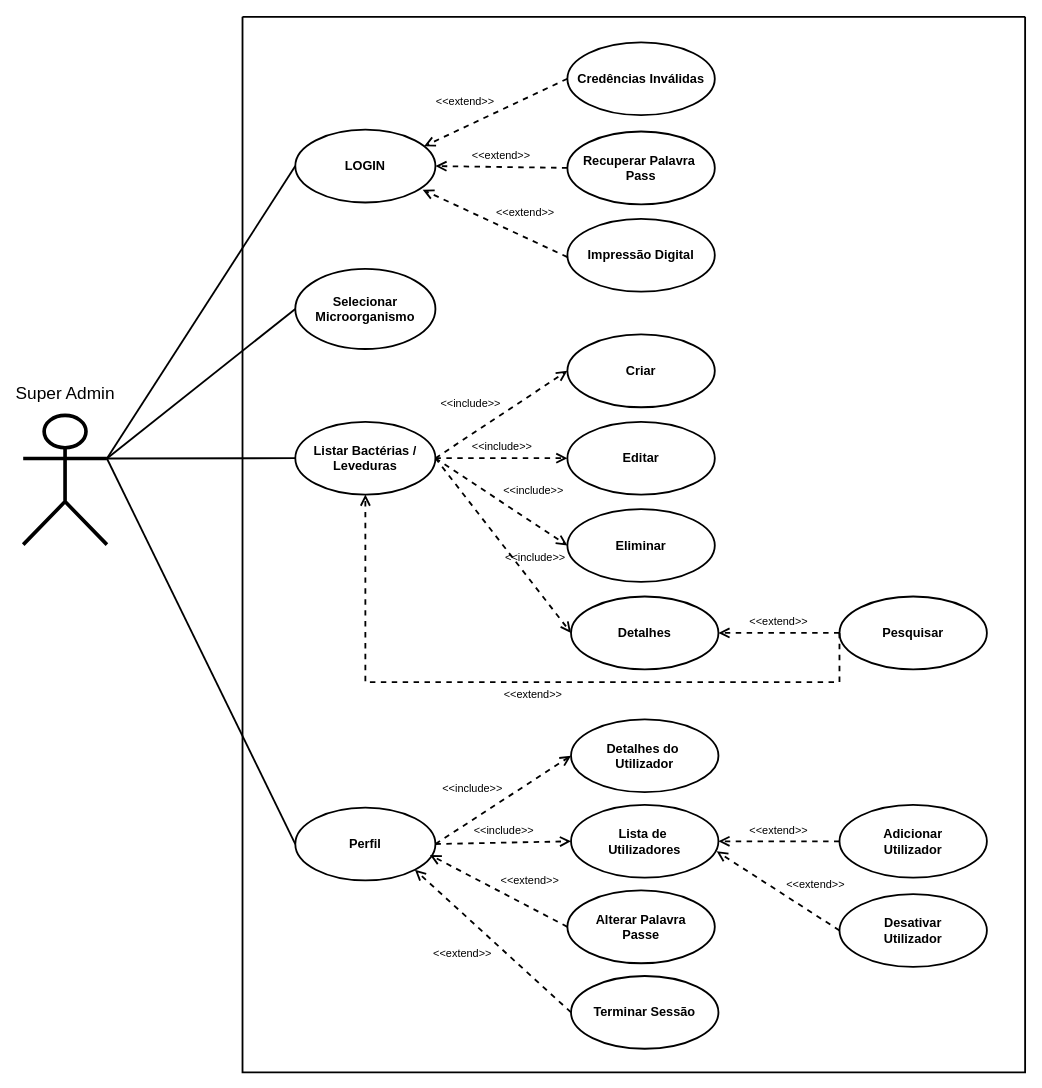
Earlier version of the draw.io diagram EstirpesUseCases_SuperAdmin.drawio (CarvalhoDaStreet/Diagrams). Source tidied: cells renumbered, new cells numbered last; positions are measured from the earlier drawing's top-left corner, leaving out a move shared by most shapes. Both pictures are drawn from the tidied source at 91%, with x=0, y=0 at pixel (23, 16).
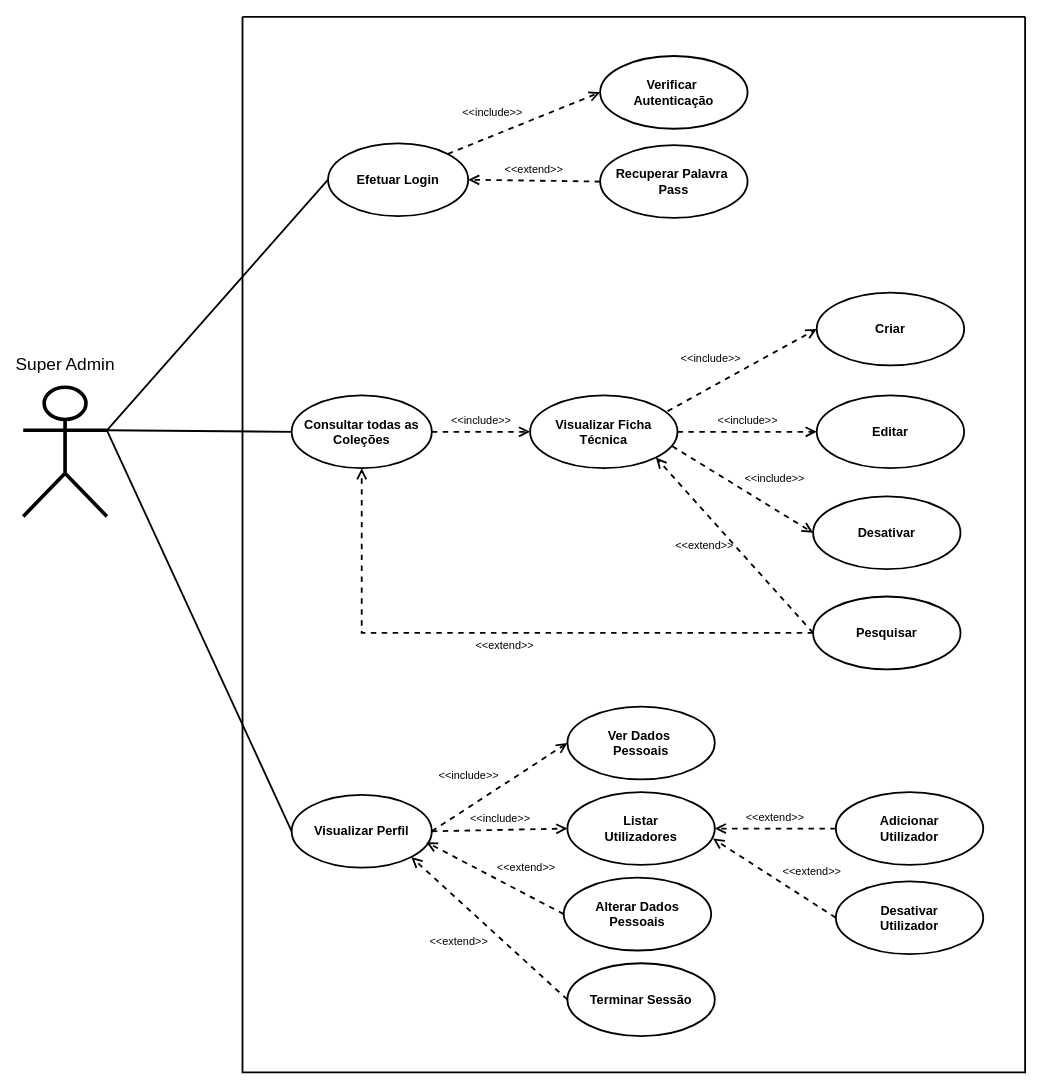
After the change.

Unchanged cells that the change refers to:
```xml
<mxCell id="2" style="swimlane;startSize=0;strokeWidth=2;rounded=1;swimlaneLine=0;fillColor=none;labelBackgroundColor=none;perimeterSpacing=2;" parent="1" vertex="1">
  <mxGeometry x="241" width="860" height="1160" as="geometry" />
</mxCell>
```

Change to the diagram source:
```diff
@@
-    <mxCell id="3" value="LOGIN" style="ellipse;whiteSpace=wrap;html=1;fillColor=none;strokeWidth=2;fontSize=14;fontStyle=1;labelBackgroundColor=none;" parent="2" vertex="1">
-      <mxGeometry x="58" y="124" width="154" height="80" as="geometry" />
-    </mxCell>
-    <mxCell id="4" value="Selecionar Microorganismo" style="ellipse;whiteSpace=wrap;fillColor=none;strokeWidth=2;fontSize=14;fontStyle=1;html=1;align=center;labelBackgroundColor=none;" parent="2" vertex="1">
-      <mxGeometry x="58" y="277" width="154" height="88" as="geometry" />
-    </mxCell>
-    <mxCell id="5" value="Listar Bactérias / Leveduras" style="ellipse;whiteSpace=wrap;html=1;fillColor=none;strokeWidth=2;fontSize=14;fontStyle=1;labelBackgroundColor=none;" parent="2" vertex="1">
-      <mxGeometry x="58" y="445" width="154" height="80" as="geometry" />
-    </mxCell>
-    <mxCell id="6" value="Perfil" style="ellipse;whiteSpace=wrap;html=1;fillColor=none;strokeWidth=2;fontSize=14;fontStyle=1;labelBackgroundColor=none;" parent="2" vertex="1">
-      <mxGeometry x="58" y="869" width="154" height="80" as="geometry" />
+    <mxCell id="6" value="Visualizar Perfil" style="ellipse;whiteSpace=wrap;html=1;fillColor=none;strokeWidth=2;fontSize=14;fontStyle=1;labelBackgroundColor=none;" parent="2" vertex="1">
+      <mxGeometry x="54" y="855" width="154" height="80" as="geometry" />
     </mxCell>
-    <mxCell id="7" value="Credências Inválidas" style="ellipse;whiteSpace=wrap;html=1;fillColor=none;strokeWidth=2;fontSize=14;fontStyle=1;labelBackgroundColor=none;" parent="2" vertex="1">
-      <mxGeometry x="357" y="28" width="162" height="80" as="geometry" />
-    </mxCell>
-    <mxCell id="8" value="&amp;lt;&amp;lt;extend&amp;gt;&amp;gt;" style="endArrow=open;startArrow=none;endFill=0;startFill=0;endSize=8;html=1;verticalAlign=bottom;dashed=1;labelBackgroundColor=none;rounded=0;strokeWidth=2;exitX=0;exitY=0.5;exitDx=0;exitDy=0;entryX=0.919;entryY=0.228;entryDx=0;entryDy=0;fontColor=default;spacingBottom=3;labelPosition=left;verticalLabelPosition=top;align=right;entryPerimeter=0;fontSize=12;" parent="2" edge="1" source="7" target="3">
-      <mxGeometry relative="1" as="geometry" />
-    </mxCell>
-    <mxCell id="9" value="Recuperar Palavra&amp;nbsp;&lt;div&gt;Pass&lt;/div&gt;" style="ellipse;whiteSpace=wrap;html=1;fillColor=none;strokeWidth=2;fontSize=14;fontStyle=1;labelBackgroundColor=none;" parent="2" vertex="1">
-      <mxGeometry x="357" y="126" width="162" height="80" as="geometry" />
-    </mxCell>
-    <mxCell id="10" value="&amp;lt;&amp;lt;extend&amp;gt;&amp;gt;" style="endArrow=open;startArrow=none;endFill=0;startFill=0;endSize=8;html=1;verticalAlign=bottom;dashed=1;labelBackgroundColor=none;rounded=0;strokeWidth=2;exitX=0;exitY=0.5;exitDx=0;exitDy=0;entryX=1;entryY=0.5;entryDx=0;entryDy=0;fontColor=default;spacingBottom=3;labelPosition=center;verticalLabelPosition=top;align=center;fontSize=12;" parent="2" edge="1" source="9" target="3">
-      <mxGeometry relative="1" as="geometry" />
-    </mxCell>
-    <mxCell id="11" value="Impressão Digital" style="ellipse;whiteSpace=wrap;html=1;fillColor=none;strokeWidth=2;fontSize=14;fontStyle=1;labelBackgroundColor=none;" parent="2" vertex="1">
-      <mxGeometry x="357" y="222" width="162" height="80" as="geometry" />
-    </mxCell>
-    <mxCell id="12" value="&amp;lt;&amp;lt;extend&amp;gt;&amp;gt;" style="endArrow=open;startArrow=none;endFill=0;startFill=0;endSize=8;html=1;verticalAlign=bottom;dashed=1;labelBackgroundColor=none;rounded=0;strokeWidth=2;exitX=0;exitY=0.5;exitDx=0;exitDy=0;entryX=0.909;entryY=0.825;entryDx=0;entryDy=0;fontColor=default;spacingBottom=3;entryPerimeter=0;labelPosition=right;verticalLabelPosition=top;align=left;fontSize=12;" parent="2" edge="1" target="3">
-      <mxGeometry relative="1" as="geometry">
-        <mxPoint x="357" y="264" as="sourcePoint" />
-      </mxGeometry>
-    </mxCell>
-    <mxCell id="13" value="Criar" style="ellipse;whiteSpace=wrap;html=1;fillColor=none;strokeWidth=2;fontSize=14;fontStyle=1;labelBackgroundColor=none;" parent="2" vertex="1">
-      <mxGeometry x="357" y="349" width="162" height="80" as="geometry" />
-    </mxCell>
-    <mxCell id="14" value="&amp;lt;&amp;lt;include&amp;gt;&amp;gt;" style="endArrow=open;startArrow=none;endFill=0;startFill=0;endSize=8;html=1;verticalAlign=bottom;dashed=1;labelBackgroundColor=none;rounded=0;strokeWidth=2;fontColor=default;spacingBottom=3;labelPosition=left;verticalLabelPosition=top;align=right;exitX=1;exitY=0.5;exitDx=0;exitDy=0;entryX=0;entryY=0.5;entryDx=0;entryDy=0;fontSize=12;" parent="2" edge="1" source="5" target="13">
-      <mxGeometry relative="1" as="geometry" />
-    </mxCell>
-    <mxCell id="15" value="Editar" style="ellipse;whiteSpace=wrap;html=1;fillColor=none;strokeWidth=2;fontSize=14;fontStyle=1;labelBackgroundColor=none;" parent="2" vertex="1">
-      <mxGeometry x="357" y="445" width="162" height="80" as="geometry" />
-    </mxCell>
-    <mxCell id="16" value="&amp;lt;&amp;lt;include&amp;gt;&amp;gt;" style="endArrow=open;startArrow=none;endFill=0;startFill=0;endSize=8;html=1;verticalAlign=bottom;dashed=1;labelBackgroundColor=none;rounded=0;strokeWidth=2;fontColor=default;spacingBottom=3;labelPosition=center;verticalLabelPosition=top;align=center;entryX=0;entryY=0.5;entryDx=0;entryDy=0;fontSize=12;" parent="2" edge="1" source="5" target="15">
-      <mxGeometry relative="1" as="geometry" />
-    </mxCell>
-    <mxCell id="17" value="Eliminar" style="ellipse;whiteSpace=wrap;html=1;fillColor=none;strokeWidth=2;fontSize=14;fontStyle=1;labelBackgroundColor=none;" parent="2" vertex="1">
-      <mxGeometry x="357" y="541" width="162" height="80" as="geometry" />
-    </mxCell>
-    <mxCell id="18" value="&amp;lt;&amp;lt;include&amp;gt;&amp;gt;" style="endArrow=open;startArrow=none;endFill=0;startFill=0;endSize=8;html=1;verticalAlign=bottom;dashed=1;labelBackgroundColor=none;rounded=0;strokeWidth=2;fontColor=default;spacingBottom=3;labelPosition=right;verticalLabelPosition=top;align=left;exitX=1;exitY=0.5;exitDx=0;exitDy=0;entryX=0;entryY=0.5;entryDx=0;entryDy=0;fontSize=12;" parent="2" edge="1" source="5" target="17">
-      <mxGeometry relative="1" as="geometry" />
-    </mxCell>
-    <mxCell id="19" value="Detalhes" style="ellipse;whiteSpace=wrap;html=1;fillColor=none;strokeWidth=2;fontSize=14;fontStyle=1;labelBackgroundColor=none;" parent="2" vertex="1">
-      <mxGeometry x="361" y="637" width="162" height="80" as="geometry" />
-    </mxCell>
-    <mxCell id="20" value="&amp;lt;&amp;lt;include&amp;gt;&amp;gt;" style="endArrow=open;startArrow=none;endFill=0;startFill=0;endSize=8;html=1;verticalAlign=top;dashed=1;labelBackgroundColor=none;rounded=0;strokeWidth=2;fontColor=default;spacingBottom=3;labelPosition=right;verticalLabelPosition=bottom;align=left;exitX=1;exitY=0.5;exitDx=0;exitDy=0;entryX=0;entryY=0.5;entryDx=0;entryDy=0;fontSize=12;" parent="2" edge="1" source="5" target="19">
-      <mxGeometry relative="1" as="geometry" />
-    </mxCell>
-    <mxCell id="21" value="Pesquisar" style="ellipse;whiteSpace=wrap;html=1;fillColor=none;strokeWidth=2;fontSize=14;fontStyle=1;labelBackgroundColor=none;" parent="2" vertex="1">
-      <mxGeometry x="656" y="637" width="162" height="80" as="geometry" />
-    </mxCell>
-    <mxCell id="22" value="&amp;lt;&amp;lt;extend&amp;gt;&amp;gt;" style="endArrow=open;startArrow=none;endFill=0;startFill=0;endSize=8;html=1;verticalAlign=top;dashed=1;labelBackgroundColor=none;rounded=0;strokeWidth=2;exitX=0;exitY=0.5;exitDx=0;exitDy=0;fontColor=default;spacingBottom=3;labelPosition=center;verticalLabelPosition=bottom;align=center;edgeStyle=orthogonalEdgeStyle;fontSize=12;entryX=0.5;entryY=1;entryDx=0;entryDy=0;" parent="2" edge="1" source="21" target="5">
-      <mxGeometry relative="1" as="geometry">
-        <Array as="points">
-          <mxPoint x="656" y="731" />
-          <mxPoint x="135" y="731" />
-        </Array>
-      </mxGeometry>
-    </mxCell>
-    <mxCell id="23" value="&amp;lt;&amp;lt;extend&amp;gt;&amp;gt;" style="endArrow=open;startArrow=none;endFill=0;startFill=0;endSize=8;html=1;verticalAlign=bottom;dashed=1;labelBackgroundColor=none;rounded=0;strokeWidth=2;exitX=0;exitY=0.5;exitDx=0;exitDy=0;entryX=1;entryY=0.5;entryDx=0;entryDy=0;fontColor=default;spacingBottom=3;labelPosition=center;verticalLabelPosition=top;align=center;fontSize=12;" parent="2" edge="1" source="21" target="19">
-      <mxGeometry relative="1" as="geometry" />
-    </mxCell>
-    <mxCell id="24" value="Detalhes do&amp;nbsp;&lt;div&gt;Utilizador&lt;/div&gt;" style="ellipse;whiteSpace=wrap;html=1;fillColor=none;strokeWidth=2;fontSize=14;fontStyle=1;labelBackgroundColor=none;" parent="2" vertex="1">
-      <mxGeometry x="361" y="772" width="162" height="80" as="geometry" />
+    <mxCell id="24" value="Ver Dados&amp;nbsp;&lt;div&gt;Pessoais&lt;/div&gt;" style="ellipse;whiteSpace=wrap;html=1;fillColor=none;strokeWidth=2;fontSize=14;fontStyle=1;labelBackgroundColor=none;" parent="2" vertex="1">
+      <mxGeometry x="357" y="758" width="162" height="80" as="geometry" />
     </mxCell>
@@
-    <mxCell id="26" value="Lista de&amp;nbsp;&lt;div&gt;Utilizadores&lt;/div&gt;" style="ellipse;whiteSpace=wrap;html=1;fillColor=none;strokeWidth=2;fontSize=14;fontStyle=1;labelBackgroundColor=none;" parent="2" vertex="1">
-      <mxGeometry x="361" y="866" width="162" height="80" as="geometry" />
+    <mxCell id="26" value="Listar&lt;div&gt;Utilizadores&lt;/div&gt;" style="ellipse;whiteSpace=wrap;html=1;fillColor=none;strokeWidth=2;fontSize=14;fontStyle=1;labelBackgroundColor=none;" parent="2" vertex="1">
+      <mxGeometry x="357" y="852" width="162" height="80" as="geometry" />
     </mxCell>
@@
-    <mxCell id="28" value="Alterar Palavra&lt;div&gt;Passe&lt;/div&gt;" style="ellipse;whiteSpace=wrap;html=1;fillColor=none;strokeWidth=2;fontSize=14;fontStyle=1;labelBackgroundColor=none;" parent="2" vertex="1">
-      <mxGeometry x="357" y="960" width="162" height="80" as="geometry" />
+    <mxCell id="28" value="Alterar Dados&lt;div&gt;Pessoais&lt;/div&gt;" style="ellipse;whiteSpace=wrap;html=1;fillColor=none;strokeWidth=2;fontSize=14;fontStyle=1;labelBackgroundColor=none;" parent="2" vertex="1">
+      <mxGeometry x="353" y="946" width="162" height="80" as="geometry" />
     </mxCell>
@@
     <mxCell id="30" value="Terminar Sessão" style="ellipse;whiteSpace=wrap;html=1;fillColor=none;strokeWidth=2;fontSize=14;fontStyle=1;labelBackgroundColor=none;" parent="2" vertex="1">
-      <mxGeometry x="361" y="1054" width="162" height="80" as="geometry" />
+      <mxGeometry x="357" y="1040" width="162" height="80" as="geometry" />
     </mxCell>
@@
     <mxCell id="32" value="Adicionar&lt;div&gt;Utilizador&lt;/div&gt;" style="ellipse;whiteSpace=wrap;html=1;fillColor=none;strokeWidth=2;fontSize=14;fontStyle=1;labelBackgroundColor=none;" parent="2" vertex="1">
-      <mxGeometry x="656" y="866" width="162" height="80" as="geometry" />
+      <mxGeometry x="652" y="852" width="162" height="80" as="geometry" />
     </mxCell>
@@
     <mxCell id="34" value="&lt;div&gt;Desativar&lt;/div&gt;&lt;div&gt;Utilizador&lt;br&gt;&lt;/div&gt;" style="ellipse;whiteSpace=wrap;html=1;fillColor=none;strokeWidth=2;fontSize=14;fontStyle=1;labelBackgroundColor=none;" parent="2" vertex="1">
-      <mxGeometry x="656" y="964" width="162" height="80" as="geometry" />
+      <mxGeometry x="652" y="950" width="162" height="80" as="geometry" />
     </mxCell>
@@
+    <mxCell id="41" value="Efetuar Login" style="ellipse;whiteSpace=wrap;html=1;fillColor=none;strokeWidth=2;fontSize=14;fontStyle=1;labelBackgroundColor=none;" parent="2" vertex="1">
+      <mxGeometry x="94" y="139" width="154" height="80" as="geometry" />
+    </mxCell>
+    <mxCell id="42" value="Verificar&amp;nbsp;&lt;div&gt;Autenticação&lt;/div&gt;" style="ellipse;whiteSpace=wrap;html=1;fillColor=none;strokeWidth=2;fontSize=14;fontStyle=1;labelBackgroundColor=none;" parent="2" vertex="1">
+      <mxGeometry x="393" y="43" width="162" height="80" as="geometry" />
+    </mxCell>
+    <mxCell id="9" value="Recuperar Palavra&amp;nbsp;&lt;div&gt;Pass&lt;/div&gt;" style="ellipse;whiteSpace=wrap;html=1;fillColor=none;strokeWidth=2;fontSize=14;fontStyle=1;labelBackgroundColor=none;" parent="2" vertex="1">
+      <mxGeometry x="393" y="141" width="162" height="80" as="geometry" />
+    </mxCell>
+    <mxCell id="43" value="&amp;lt;&amp;lt;extend&amp;gt;&amp;gt;" style="endArrow=open;startArrow=none;endFill=0;startFill=0;endSize=8;html=1;verticalAlign=bottom;dashed=1;labelBackgroundColor=none;rounded=0;strokeWidth=2;exitX=0;exitY=0.5;exitDx=0;exitDy=0;entryX=1;entryY=0.5;entryDx=0;entryDy=0;fontColor=default;spacingBottom=3;labelPosition=center;verticalLabelPosition=top;align=center;fontSize=12;" parent="2" edge="1" source="9" target="41">
+      <mxGeometry relative="1" as="geometry" />
+    </mxCell>
+    <mxCell id="44" value="&amp;lt;&amp;lt;include&amp;gt;&amp;gt;" style="endArrow=open;startArrow=none;endFill=0;startFill=0;endSize=8;html=1;verticalAlign=bottom;dashed=1;labelBackgroundColor=none;rounded=0;strokeWidth=2;exitX=1;exitY=0;exitDx=0;exitDy=0;fontColor=default;spacingBottom=3;labelPosition=left;verticalLabelPosition=top;align=right;fontSize=12;entryX=0;entryY=0.5;entryDx=0;entryDy=0;" parent="2" edge="1" source="41" target="42">
+      <mxGeometry relative="1" as="geometry" />
+    </mxCell>
+    <mxCell id="21" value="Pesquisar" style="ellipse;whiteSpace=wrap;html=1;fillColor=none;strokeWidth=2;fontSize=14;fontStyle=1;labelBackgroundColor=none;" parent="2" vertex="1">
+      <mxGeometry x="627" y="637" width="162" height="80" as="geometry" />
+    </mxCell>
+    <mxCell id="45" value="Desativar" style="ellipse;whiteSpace=wrap;html=1;fillColor=none;strokeWidth=2;fontSize=14;fontStyle=1;labelBackgroundColor=none;" parent="2" vertex="1">
+      <mxGeometry x="627" y="527" width="162" height="80" as="geometry" />
+    </mxCell>
+    <mxCell id="46" value="Consultar todas as&lt;div&gt;Coleções&lt;/div&gt;" style="ellipse;whiteSpace=wrap;html=1;fillColor=none;strokeWidth=2;fontSize=14;fontStyle=1;labelBackgroundColor=none;" parent="2" vertex="1">
+      <mxGeometry x="54" y="416" width="154" height="80" as="geometry" />
+    </mxCell>
+    <mxCell id="13" value="Criar" style="ellipse;whiteSpace=wrap;html=1;fillColor=none;strokeWidth=2;fontSize=14;fontStyle=1;labelBackgroundColor=none;" parent="2" vertex="1">
+      <mxGeometry x="631" y="303" width="162" height="80" as="geometry" />
+    </mxCell>
+    <mxCell id="47" value="&amp;lt;&amp;lt;include&amp;gt;&amp;gt;" style="endArrow=open;startArrow=none;endFill=0;startFill=0;endSize=8;html=1;verticalAlign=bottom;dashed=1;labelBackgroundColor=none;rounded=0;strokeWidth=2;fontColor=default;spacingBottom=3;labelPosition=left;verticalLabelPosition=top;align=right;exitX=0.933;exitY=0.216;exitDx=0;exitDy=0;entryX=0;entryY=0.5;entryDx=0;entryDy=0;fontSize=12;exitPerimeter=0;" parent="2" edge="1" source="49" target="13">
+      <mxGeometry relative="1" as="geometry" />
+    </mxCell>
+    <mxCell id="15" value="Editar" style="ellipse;whiteSpace=wrap;html=1;fillColor=none;strokeWidth=2;fontSize=14;fontStyle=1;labelBackgroundColor=none;" parent="2" vertex="1">
+      <mxGeometry x="631" y="416" width="162" height="80" as="geometry" />
+    </mxCell>
+    <mxCell id="48" value="&amp;lt;&amp;lt;include&amp;gt;&amp;gt;" style="endArrow=open;startArrow=none;endFill=0;startFill=0;endSize=8;html=1;verticalAlign=bottom;dashed=1;labelBackgroundColor=none;rounded=0;strokeWidth=2;fontColor=default;spacingBottom=3;labelPosition=center;verticalLabelPosition=top;align=center;entryX=0;entryY=0.5;entryDx=0;entryDy=0;fontSize=12;exitX=1;exitY=0.5;exitDx=0;exitDy=0;" parent="2" edge="1" source="49" target="15">
+      <mxGeometry relative="1" as="geometry" />
+    </mxCell>
+    <mxCell id="49" value="&lt;div&gt;Visualizar Ficha&lt;/div&gt;&lt;div&gt;Técnica&lt;/div&gt;" style="ellipse;whiteSpace=wrap;html=1;fillColor=none;strokeWidth=2;fontSize=14;fontStyle=1;labelBackgroundColor=none;" parent="2" vertex="1">
+      <mxGeometry x="316" y="416" width="162" height="80" as="geometry" />
+    </mxCell>
+    <mxCell id="50" value="&amp;lt;&amp;lt;include&amp;gt;&amp;gt;" style="endArrow=open;startArrow=none;endFill=0;startFill=0;endSize=8;html=1;verticalAlign=bottom;dashed=1;labelBackgroundColor=none;rounded=0;strokeWidth=2;fontColor=default;spacingBottom=3;labelPosition=center;verticalLabelPosition=top;align=center;exitX=1;exitY=0.5;exitDx=0;exitDy=0;entryX=0;entryY=0.5;entryDx=0;entryDy=0;fontSize=12;" parent="2" edge="1" source="46" target="49">
+      <mxGeometry relative="1" as="geometry" />
+    </mxCell>
+    <mxCell id="22" value="&amp;lt;&amp;lt;extend&amp;gt;&amp;gt;" style="endArrow=open;startArrow=none;endFill=0;startFill=0;endSize=8;html=1;verticalAlign=top;dashed=1;labelBackgroundColor=none;rounded=0;strokeWidth=2;exitX=0;exitY=0.5;exitDx=0;exitDy=0;fontColor=default;spacingBottom=3;labelPosition=center;verticalLabelPosition=bottom;align=center;edgeStyle=orthogonalEdgeStyle;fontSize=12;entryX=0.5;entryY=1;entryDx=0;entryDy=0;" parent="2" edge="1" source="21" target="46">
+      <mxGeometry relative="1" as="geometry" />
+    </mxCell>
+    <mxCell id="51" value="&amp;lt;&amp;lt;extend&amp;gt;&amp;gt;" style="endArrow=open;startArrow=none;endFill=0;startFill=0;endSize=8;html=1;verticalAlign=middle;dashed=1;labelBackgroundColor=none;rounded=0;strokeWidth=2;exitX=0;exitY=0.5;exitDx=0;exitDy=0;entryX=1;entryY=1;entryDx=0;entryDy=0;fontColor=default;spacingBottom=0;labelPosition=left;verticalLabelPosition=middle;align=right;fontSize=12;spacingRight=0;spacingLeft=9;" parent="2" edge="1" source="21" target="49">
+      <mxGeometry relative="1" as="geometry" />
+    </mxCell>
+    <mxCell id="52" value="&amp;lt;&amp;lt;include&amp;gt;&amp;gt;" style="endArrow=open;startArrow=none;endFill=0;startFill=0;endSize=8;html=1;verticalAlign=bottom;dashed=1;labelBackgroundColor=none;rounded=0;strokeWidth=2;fontColor=default;spacingBottom=3;labelPosition=right;verticalLabelPosition=top;align=left;entryX=0;entryY=0.5;entryDx=0;entryDy=0;fontSize=12;exitX=0.965;exitY=0.699;exitDx=0;exitDy=0;exitPerimeter=0;" parent="2" edge="1" source="49" target="45">
+      <mxGeometry relative="1" as="geometry" />
+    </mxCell>
     <mxCell id="36" value="Super Admin" style="shape=umlActor;verticalLabelPosition=top;verticalAlign=bottom;html=1;outlineConnect=0;strokeWidth=4;labelPosition=center;align=center;spacingTop=3;spacingBottom=4;fontSize=19;fontStyle=0;spacing=8;perimeterSpacing=0;labelBackgroundColor=none;labelBorderColor=none;fillColor=none;" parent="1" vertex="1">
-      <mxGeometry y="438" width="92" height="142" as="geometry" />
+      <mxGeometry y="407" width="92" height="142" as="geometry" />
     </mxCell>
-    <mxCell id="37" style="endArrow=none;html=1;rounded=0;entryX=0;entryY=0.5;entryDx=0;entryDy=0;fontColor=default;strokeWidth=2;exitX=1;exitY=0.3333333333333333;exitDx=0;exitDy=0;exitPerimeter=0;labelBackgroundColor=none;" parent="1" edge="1" source="36" target="4">
-      <mxGeometry relative="1" as="geometry" />
-    </mxCell>
-    <mxCell id="38" style="endArrow=none;html=1;rounded=0;exitX=1;exitY=0.3333333333333333;exitDx=0;exitDy=0;exitPerimeter=0;entryX=0;entryY=0.5;entryDx=0;entryDy=0;fontColor=default;strokeWidth=2;labelBackgroundColor=none;" parent="1" edge="1" source="36" target="5">
+    <mxCell id="38" style="endArrow=none;html=1;rounded=0;exitX=1;exitY=0.3333333333333333;exitDx=0;exitDy=0;exitPerimeter=0;entryX=0;entryY=0.5;entryDx=0;entryDy=0;fontColor=default;strokeWidth=2;labelBackgroundColor=none;" parent="1" edge="1" source="36" target="46">
       <mxGeometry relative="1" as="geometry" />
     </mxCell>
@@
-    <mxCell id="40" style="endArrow=none;html=1;rounded=0;exitX=1;exitY=0.3333333333333333;exitDx=0;exitDy=0;exitPerimeter=0;entryX=0;entryY=0.5;entryDx=0;entryDy=0;fontColor=default;strokeWidth=2;labelBackgroundColor=none;" parent="1" edge="1" source="36" target="3">
+    <mxCell id="40" style="endArrow=none;html=1;rounded=0;exitX=1;exitY=0.3333333333333333;exitDx=0;exitDy=0;exitPerimeter=0;entryX=0;entryY=0.5;entryDx=0;entryDy=0;fontColor=default;strokeWidth=2;labelBackgroundColor=none;" parent="1" edge="1" source="36" target="41">
       <mxGeometry relative="1" as="geometry" />
     </mxCell>
```
